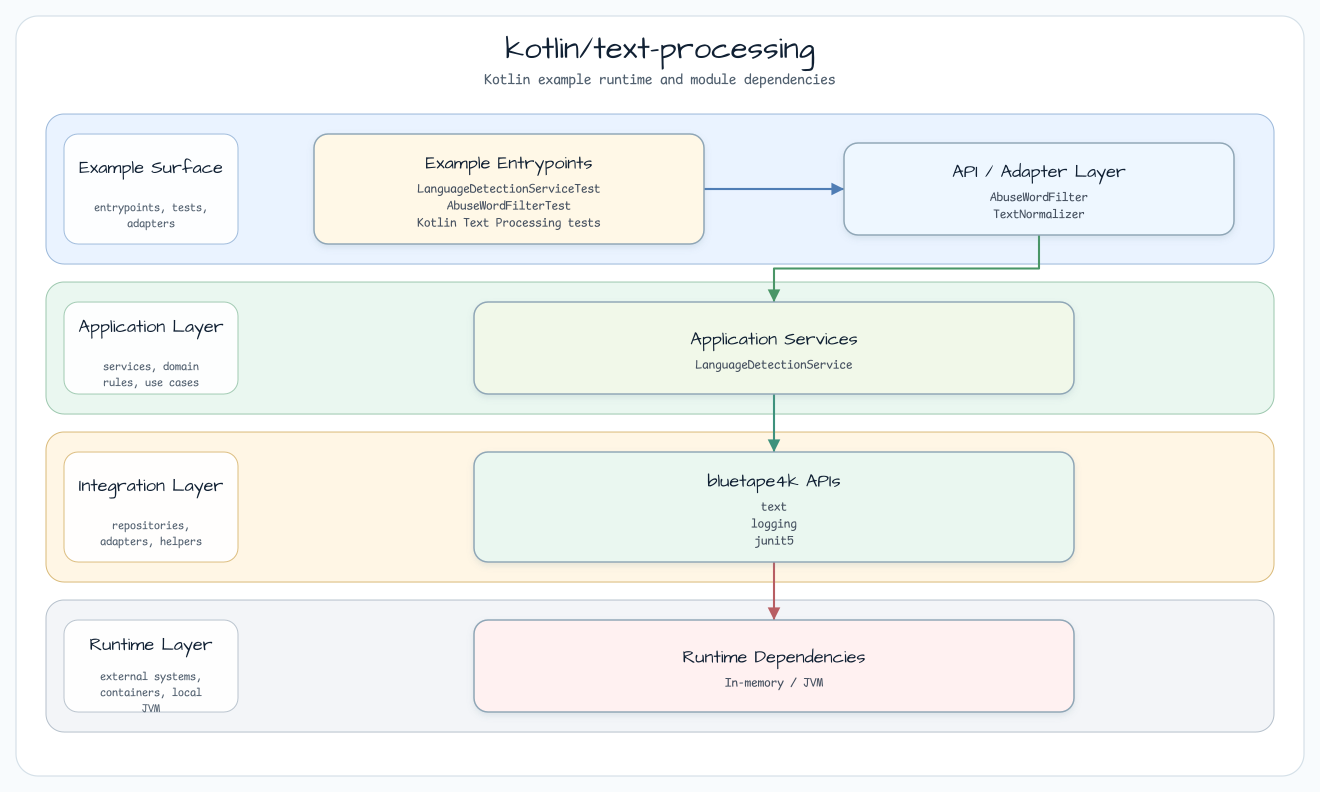
Earlier version of the Graphviz export docs/images/readme-diagrams/kotlin-text-processing-readme-architecture-01.png (bluetape4k/bluetape4k-workshop). Its source is kept beside it as docs/images/readme-diagrams/kotlin-text-processing-readme-architecture-01.dot.
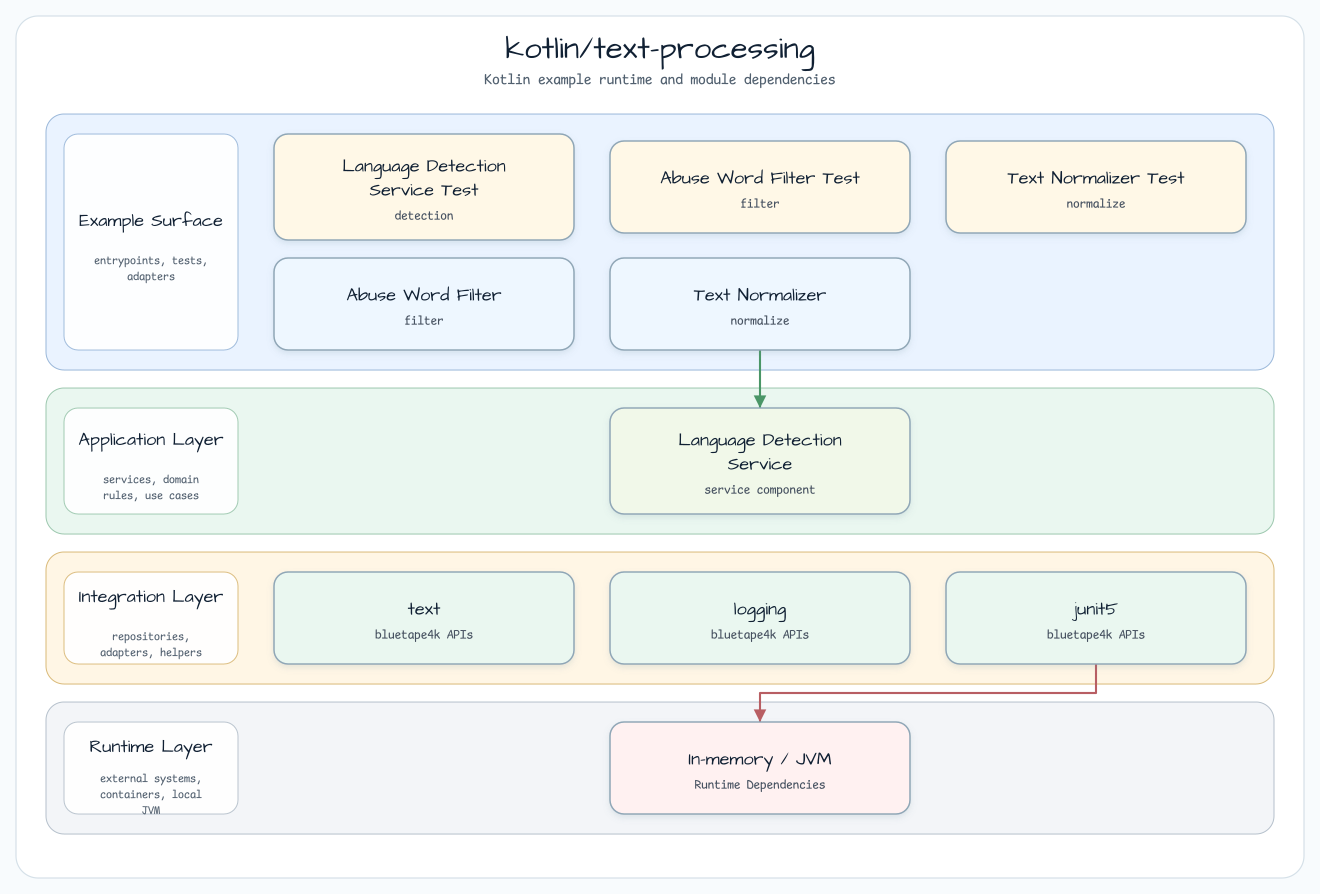
Above is the later version.

What changed in the source:
```diff
@@ -26,14 +26,17 @@
     fontsize=11
   ];
 
-  entry [label="Example Entrypoints\nLanguageDetectionServiceTest\nAbuseWordFilterTest\nKotlin Text Processing tests", fillcolor="#FFF8E7"];
-  api [label="API / Adapter Layer\nAbuseWordFilter\nTextNormalizer", fillcolor="#EEF7FF"];
-  service [label="Application Services\nLanguageDetectionService", fillcolor="#F1F8E9"];
-  bt [label="bluetape4k APIs\ntext\nlogging\njunit5", fillcolor="#EAF7F0"];
-  runtime [label="Runtime Dependencies\nIn-memory / JVM", fillcolor="#FFF1F1"];
+  entry0 [label="Language Detection Service Test\ndetection", fillcolor="#FFF8E7"];
+  entry1 [label="Abuse Word Filter Test\nfilter", fillcolor="#FFF8E7"];
+  entry2 [label="Text Normalizer Test\nnormalize", fillcolor="#FFF8E7"];
+  api0 [label="Abuse Word Filter\nfilter", fillcolor="#EEF7FF"];
+  api1 [label="Text Normalizer\nnormalize", fillcolor="#EEF7FF"];
+  service0 [label="Language Detection Service\nservice component", fillcolor="#F1F8E9"];
+  bt0 [label="text\nbluetape4k APIs", fillcolor="#EAF7F0"];
+  bt1 [label="logging\nbluetape4k APIs", fillcolor="#EAF7F0"];
+  bt2 [label="junit5\nbluetape4k APIs", fillcolor="#EAF7F0"];
+  runtime0 [label="In-memory / JVM\nRuntime Dependencies", fillcolor="#FFF1F1"];
 
-  entry -> api [label="invokes"];
-  api -> service [label="delegates"];
-  service -> bt [label="extends"];
-  bt -> runtime [label="adapts"];
+  api1 -> service0 [label="delegates"];
+  bt2 -> runtime0 [label="adapts"];
 }
```
